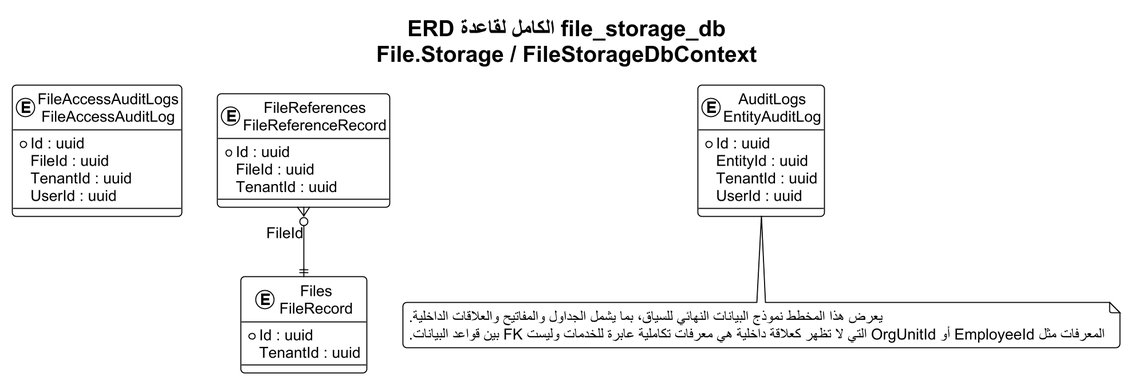
Before: docs/thesis_diagrams/database_erdds/rendered/06_filestorage.png, a diagram exported from PlantUML (omardefdev/HRManagement).
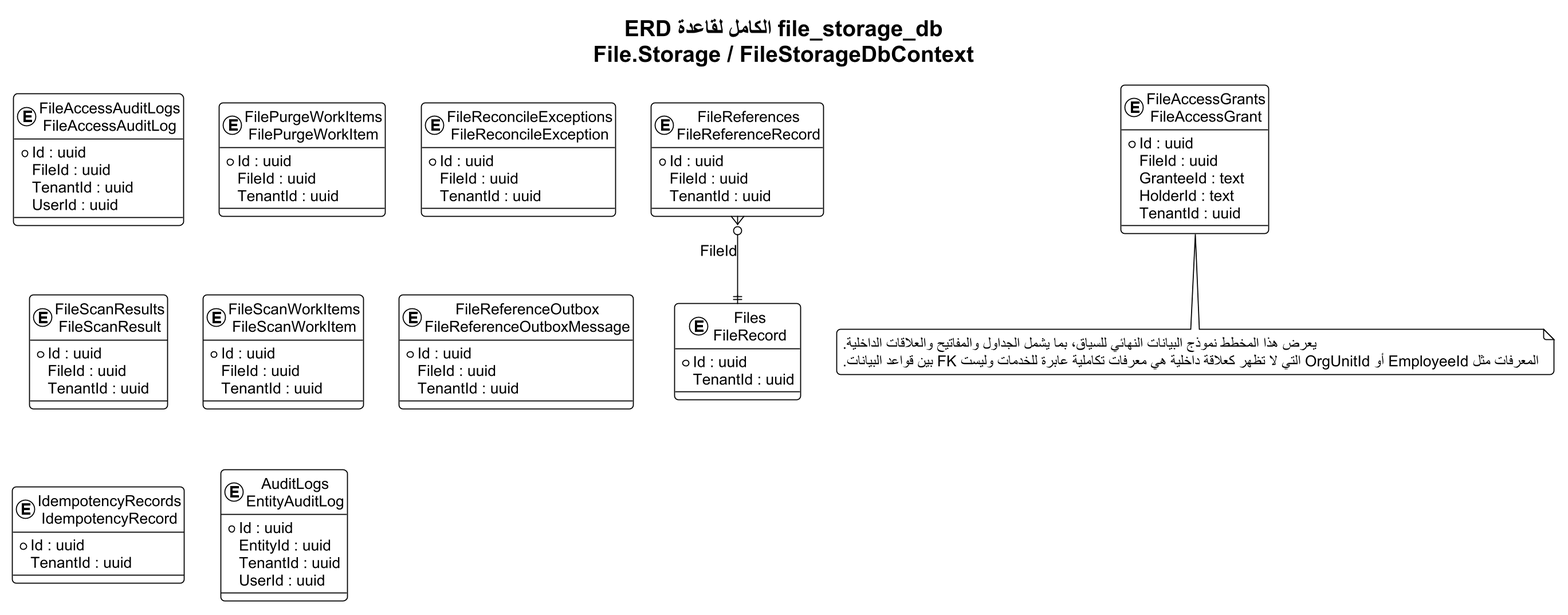
Above is the later version.

Diff of the diagram source:
```diff
@@ -18,23 +18,59 @@
     TenantId : uuid
     UserId : uuid
 }
-entity "Files\nFileRecord" as T02 {
-  * Id : uuid
-    TenantId : uuid
-}
-entity "FileReferences\nFileReferenceRecord" as T03 {
+entity "FilePurgeWorkItems\nFilePurgeWorkItem" as T02 {
   * Id : uuid
     FileId : uuid
     TenantId : uuid
 }
-entity "AuditLogs\nEntityAuditLog" as T04 {
+entity "FileReconcileExceptions\nFileReconcileException" as T03 {
+  * Id : uuid
+    FileId : uuid
+    TenantId : uuid
+}
+entity "Files\nFileRecord" as T04 {
+  * Id : uuid
+    TenantId : uuid
+}
+entity "FileReferences\nFileReferenceRecord" as T05 {
+  * Id : uuid
+    FileId : uuid
+    TenantId : uuid
+}
+entity "FileScanResults\nFileScanResult" as T06 {
+  * Id : uuid
+    FileId : uuid
+    TenantId : uuid
+}
+entity "FileScanWorkItems\nFileScanWorkItem" as T07 {
+  * Id : uuid
+    FileId : uuid
+    TenantId : uuid
+}
+entity "FileReferenceOutbox\nFileReferenceOutboxMessage" as T08 {
+  * Id : uuid
+    FileId : uuid
+    TenantId : uuid
+}
+entity "IdempotencyRecords\nIdempotencyRecord" as T09 {
+  * Id : uuid
+    TenantId : uuid
+}
+entity "AuditLogs\nEntityAuditLog" as T10 {
   * Id : uuid
     EntityId : uuid
     TenantId : uuid
     UserId : uuid
 }
+entity "FileAccessGrants\nFileAccessGrant" as T11 {
+  * Id : uuid
+    FileId : uuid
+    GranteeId : text
+    HolderId : text
+    TenantId : uuid
+}
 
-T03 }o--|| T02 : FileId
+T05 }o--|| T04 : FileId
 
 note bottom
 يعرض هذا المخطط نموذج البيانات النهائي للسياق، بما يشمل الجداول والمفاتيح والعلاقات الداخلية.
```
